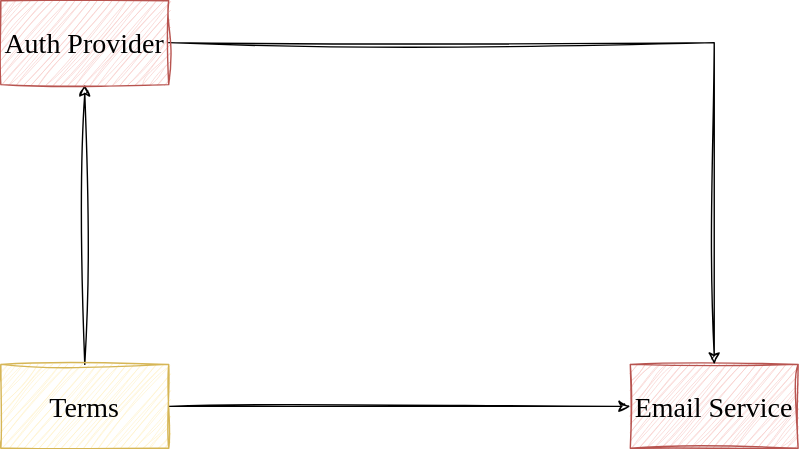
Above: diagrams/contextmap.svg in gudfhr95/micro-ecommerce (draw.io), before the change. Source tidied: cells renumbered, new cells last; positions are measured from the earlier drawing's top-left corner, leaving out a move shared by most shapes. Its diagram source:
```xml
<mxGraphModel>
  <root>
    <mxCell id="0" />
    <mxCell id="1" parent="0" />
    <mxCell id="2" style="edgeStyle=orthogonalEdgeStyle;rounded=0;sketch=1;hachureGap=4;jiggle=2;curveFitting=1;jettySize=auto;html=1;fontFamily=Architects Daughter;fontSource=https%3A%2F%2Ffonts.googleapis.com%2Fcss%3Ffamily%3DArchitects%2BDaughter;fontSize=16;" parent="1" edge="1" source="4" target="5">
      <mxGeometry relative="1" as="geometry" />
    </mxCell>
    <mxCell id="3" style="edgeStyle=orthogonalEdgeStyle;rounded=0;sketch=1;hachureGap=4;jiggle=2;curveFitting=1;jettySize=auto;html=1;fontFamily=Architects Daughter;fontSource=https%3A%2F%2Ffonts.googleapis.com%2Fcss%3Ffamily%3DArchitects%2BDaughter;fontSize=16;" parent="1" edge="1" source="4" target="7">
      <mxGeometry relative="1" as="geometry" />
    </mxCell>
    <mxCell id="4" value="Terms" style="rounded=0;whiteSpace=wrap;html=1;sketch=1;hachureGap=4;jiggle=2;curveFitting=1;fontFamily=Architects Daughter;fontSource=https%3A%2F%2Ffonts.googleapis.com%2Fcss%3Ffamily%3DArchitects%2BDaughter;fontSize=20;fillColor=#fff2cc;strokeColor=#d6b656;" parent="1" vertex="1">
      <mxGeometry y="260" width="120" height="60" as="geometry" />
    </mxCell>
    <mxCell id="5" value="Email Service" style="rounded=0;whiteSpace=wrap;html=1;sketch=1;hachureGap=4;jiggle=2;curveFitting=1;fontFamily=Architects Daughter;fontSource=https%3A%2F%2Ffonts.googleapis.com%2Fcss%3Ffamily%3DArchitects%2BDaughter;fontSize=20;fillColor=#f8cecc;strokeColor=#b85450;" parent="1" vertex="1">
      <mxGeometry x="450" y="260" width="120" height="60" as="geometry" />
    </mxCell>
    <mxCell id="6" style="edgeStyle=orthogonalEdgeStyle;rounded=0;sketch=1;hachureGap=4;jiggle=2;curveFitting=1;jettySize=auto;html=1;exitX=1;exitY=0.5;exitDx=0;exitDy=0;entryX=0.5;entryY=0;entryDx=0;entryDy=0;fontFamily=Architects Daughter;fontSource=https%3A%2F%2Ffonts.googleapis.com%2Fcss%3Ffamily%3DArchitects%2BDaughter;fontSize=16;" parent="1" edge="1" source="7" target="5">
      <mxGeometry relative="1" as="geometry" />
    </mxCell>
    <mxCell id="7" value="Auth Provider" style="rounded=0;whiteSpace=wrap;html=1;sketch=1;hachureGap=4;jiggle=2;curveFitting=1;fontFamily=Architects Daughter;fontSource=https%3A%2F%2Ffonts.googleapis.com%2Fcss%3Ffamily%3DArchitects%2BDaughter;fontSize=20;fillColor=#f8cecc;strokeColor=#b85450;" parent="1" vertex="1">
      <mxGeometry width="120" height="60" as="geometry" />
    </mxCell>
  </root>
</mxGraphModel>
```
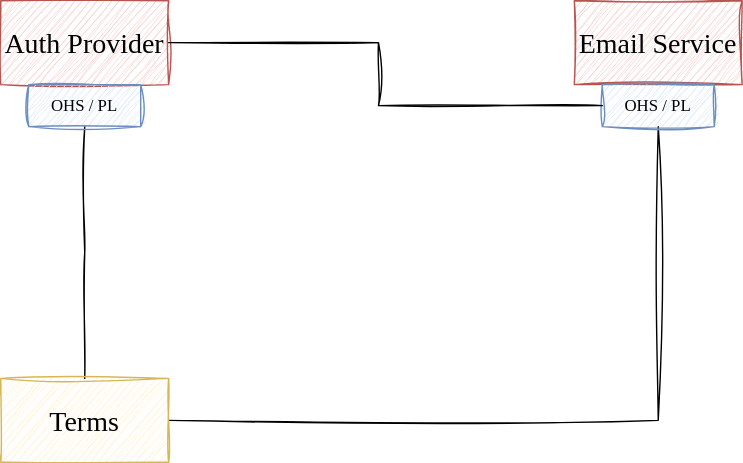
Above is the later version.

Commit message:
doc: update context map

Diff of the diagram source:
```diff
@@ -2,23 +2,45 @@
   <root>
     <mxCell id="0" />
     <mxCell id="1" parent="0" />
-    <mxCell id="2" style="edgeStyle=orthogonalEdgeStyle;rounded=0;sketch=1;hachureGap=4;jiggle=2;curveFitting=1;jettySize=auto;html=1;fontFamily=Architects Daughter;fontSource=https%3A%2F%2Ffonts.googleapis.com%2Fcss%3Ffamily%3DArchitects%2BDaughter;fontSize=16;" parent="1" edge="1" source="4" target="5">
-      <mxGeometry relative="1" as="geometry" />
-    </mxCell>
-    <mxCell id="3" style="edgeStyle=orthogonalEdgeStyle;rounded=0;sketch=1;hachureGap=4;jiggle=2;curveFitting=1;jettySize=auto;html=1;fontFamily=Architects Daughter;fontSource=https%3A%2F%2Ffonts.googleapis.com%2Fcss%3Ffamily%3DArchitects%2BDaughter;fontSize=16;" parent="1" edge="1" source="4" target="7">
-      <mxGeometry relative="1" as="geometry" />
-    </mxCell>
+    <mxCell id="8" style="edgeStyle=orthogonalEdgeStyle;rounded=0;sketch=1;hachureGap=4;jiggle=2;curveFitting=1;jettySize=auto;html=1;exitX=0.5;exitY=0;exitDx=0;exitDy=0;entryX=0.5;entryY=1;entryDx=0;entryDy=0;fontFamily=Architects Daughter;fontSource=https%3A%2F%2Ffonts.googleapis.com%2Fcss%3Ffamily%3DArchitects%2BDaughter;fontSize=16;endArrow=none;endFill=0;" parent="1" edge="1" source="4" target="11">
+      <mxGeometry relative="1" as="geometry">
+        <Array as="points">
+          <mxPoint x="60" y="170" />
+          <mxPoint x="60" y="170" />
+        </Array>
+      </mxGeometry>
+    </mxCell>
+    <mxCell id="9" style="edgeStyle=orthogonalEdgeStyle;rounded=0;sketch=1;hachureGap=4;jiggle=2;curveFitting=1;jettySize=auto;html=1;entryX=0.5;entryY=1;entryDx=0;entryDy=0;fontFamily=Architects Daughter;fontSource=https%3A%2F%2Ffonts.googleapis.com%2Fcss%3Ffamily%3DArchitects%2BDaughter;fontSize=16;endArrow=none;endFill=0;" parent="1" edge="1" source="4" target="13">
+      <mxGeometry relative="1" as="geometry" />
+    </mxCell>
     <mxCell id="4" value="Terms" style="rounded=0;whiteSpace=wrap;html=1;sketch=1;hachureGap=4;jiggle=2;curveFitting=1;fontFamily=Architects Daughter;fontSource=https%3A%2F%2Ffonts.googleapis.com%2Fcss%3Ffamily%3DArchitects%2BDaughter;fontSize=20;fillColor=#fff2cc;strokeColor=#d6b656;" parent="1" vertex="1">
       <mxGeometry y="260" width="120" height="60" as="geometry" />
     </mxCell>
+    <mxCell id="10" style="group;" parent="1" vertex="1">
+      <mxGeometry y="-10" width="120" height="90" as="geometry" />
+    </mxCell>
+    <mxCell id="7" value="Auth Provider" style="rounded=0;whiteSpace=wrap;html=1;sketch=1;hachureGap=4;jiggle=2;curveFitting=1;fontFamily=Architects Daughter;fontSource=https%3A%2F%2Ffonts.googleapis.com%2Fcss%3Ffamily%3DArchitects%2BDaughter;fontSize=20;fillColor=#f8cecc;strokeColor=#b85450;" parent="10" vertex="1">
+      <mxGeometry width="120" height="60" as="geometry" />
+    </mxCell>
+    <mxCell id="11" value="OHS / PL" style="rounded=0;sketch=1;hachureGap=4;jiggle=2;curveFitting=1;fontFamily=Architects Daughter;fontSource=https%3A%2F%2Ffonts.googleapis.com%2Fcss%3Ffamily%3DArchitects%2BDaughter;fontSize=12;fillColor=#dae8fc;strokeColor=#6c8ebf;whiteSpace=wrap;html=1;" parent="10" vertex="1">
+      <mxGeometry x="20" y="60" width="80" height="30" as="geometry" />
+    </mxCell>
+    <mxCell id="12" style="group;" parent="1" vertex="1">
+      <mxGeometry x="410" y="-10" width="120" height="90" as="geometry" />
+    </mxCell>
-    <mxCell id="5" value="Email Service" style="rounded=0;whiteSpace=wrap;html=1;sketch=1;hachureGap=4;jiggle=2;curveFitting=1;fontFamily=Architects Daughter;fontSource=https%3A%2F%2Ffonts.googleapis.com%2Fcss%3Ffamily%3DArchitects%2BDaughter;fontSize=20;fillColor=#f8cecc;strokeColor=#b85450;" parent="1" vertex="1">
-      <mxGeometry x="450" y="260" width="120" height="60" as="geometry" />
+    <mxCell id="5" value="Email Service" style="rounded=0;whiteSpace=wrap;html=1;sketch=1;hachureGap=4;jiggle=2;curveFitting=1;fontFamily=Architects Daughter;fontSource=https%3A%2F%2Ffonts.googleapis.com%2Fcss%3Ffamily%3DArchitects%2BDaughter;fontSize=20;fillColor=#f8cecc;strokeColor=#b85450;" parent="12" vertex="1">
+      <mxGeometry width="120" height="60" as="geometry" />
     </mxCell>
-    <mxCell id="6" style="edgeStyle=orthogonalEdgeStyle;rounded=0;sketch=1;hachureGap=4;jiggle=2;curveFitting=1;jettySize=auto;html=1;exitX=1;exitY=0.5;exitDx=0;exitDy=0;entryX=0.5;entryY=0;entryDx=0;entryDy=0;fontFamily=Architects Daughter;fontSource=https%3A%2F%2Ffonts.googleapis.com%2Fcss%3Ffamily%3DArchitects%2BDaughter;fontSize=16;" parent="1" edge="1" source="7" target="5">
-      <mxGeometry relative="1" as="geometry" />
-    </mxCell>
-    <mxCell id="7" value="Auth Provider" style="rounded=0;whiteSpace=wrap;html=1;sketch=1;hachureGap=4;jiggle=2;curveFitting=1;fontFamily=Architects Daughter;fontSource=https%3A%2F%2Ffonts.googleapis.com%2Fcss%3Ffamily%3DArchitects%2BDaughter;fontSize=20;fillColor=#f8cecc;strokeColor=#b85450;" parent="1" vertex="1">
-      <mxGeometry width="120" height="60" as="geometry" />
-    </mxCell>
+    <mxCell id="13" value="OHS / PL" style="rounded=0;sketch=1;hachureGap=4;jiggle=2;curveFitting=1;fontFamily=Architects Daughter;fontSource=https%3A%2F%2Ffonts.googleapis.com%2Fcss%3Ffamily%3DArchitects%2BDaughter;fontSize=12;fillColor=#dae8fc;strokeColor=#6c8ebf;whiteSpace=wrap;html=1;" parent="12" vertex="1">
+      <mxGeometry x="20" y="60" width="80" height="30" as="geometry" />
+    </mxCell>
+    <mxCell id="14" style="edgeStyle=orthogonalEdgeStyle;rounded=0;sketch=1;hachureGap=4;jiggle=2;curveFitting=1;jettySize=auto;html=1;exitX=1;exitY=0.5;exitDx=0;exitDy=0;entryX=0;entryY=0.5;entryDx=0;entryDy=0;fontFamily=Architects Daughter;fontSource=https%3A%2F%2Ffonts.googleapis.com%2Fcss%3Ffamily%3DArchitects%2BDaughter;fontSize=16;endArrow=none;endFill=0;" parent="1" edge="1" source="7" target="13">
+      <mxGeometry relative="1" as="geometry">
+        <Array as="points">
+          <mxPoint x="270" y="20" />
+          <mxPoint x="270" y="65" />
+        </Array>
+      </mxGeometry>
+    </mxCell>
   </root>
 </mxGraphModel>
```
